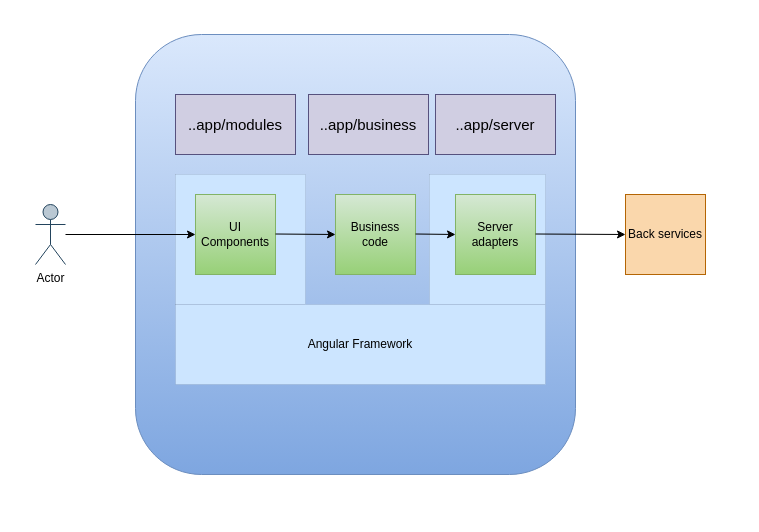
Above: documentation/current/images/SoftwareArchitecture-UI.drawio in opfab/opfab.github.io (draw.io), before the change. Source tidied: cells renumbered, new cells numbered last; positions are measured from the earlier drawing's top-left corner, leaving out a move shared by most shapes. Both pictures are drawn from the tidied source at 100%, with x=0, y=0 at pixel (35, 34).
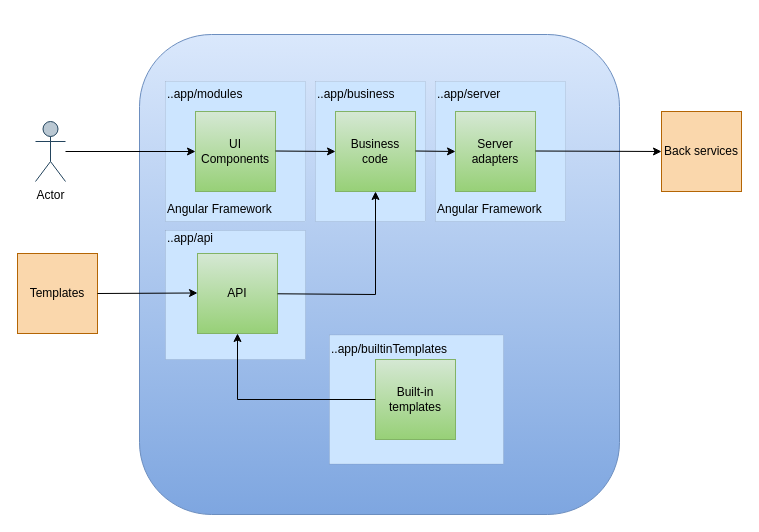
Above is the later version.

The edit, as a diff of the source:
```diff
@@
     <mxCell id="2" value="&lt;div align=&quot;right&quot;&gt;&lt;br&gt;&lt;/div&gt;" style="whiteSpace=wrap;html=1;labelPosition=center;verticalLabelPosition=top;align=center;verticalAlign=bottom;fillColor=#dae8fc;strokeColor=#6c8ebf;rounded=1;gradientColor=#7ea6e0;" parent="1" vertex="1">
-      <mxGeometry x="100" width="440" height="440" as="geometry" />
+      <mxGeometry x="104" width="480" height="480" as="geometry" />
     </mxCell>
-    <mxCell id="3" style="rounded=0;whiteSpace=wrap;html=1;fillColor=#cce5ff;strokeWidth=0;strokeColor=#36393d;" parent="1" vertex="1">
-      <mxGeometry x="394" y="140" width="116" height="130" as="geometry" />
-    </mxCell>
+    <mxCell id="18" value="&lt;div&gt;..app/builtinTemplates&lt;/div&gt;&lt;div&gt;&lt;br&gt;&lt;/div&gt;&lt;div&gt;&lt;br&gt;&lt;/div&gt;&lt;div&gt;&lt;br&gt;&lt;/div&gt;&lt;div&gt;&lt;br&gt;&lt;/div&gt;&lt;div&gt;&lt;br&gt;&lt;/div&gt;&lt;div&gt;&lt;br&gt;&lt;/div&gt;&lt;div&gt;&lt;br&gt;&lt;/div&gt;" style="rounded=0;whiteSpace=wrap;html=1;fillColor=#cce5ff;strokeWidth=0;strokeColor=#36393d;align=left;" parent="1" vertex="1">
+      <mxGeometry x="294" y="300.5" width="174" height="129" as="geometry" />
+    </mxCell>
+    <mxCell id="19" value="&lt;div&gt;..app/api &lt;br&gt;&lt;/div&gt;&lt;div&gt;&lt;br&gt;&lt;/div&gt;&lt;div&gt;&lt;br&gt;&lt;/div&gt;&lt;div&gt;&lt;br&gt;&lt;/div&gt;&lt;div&gt;&lt;br&gt;&lt;/div&gt;&lt;div&gt;&lt;br&gt;&lt;/div&gt;&lt;div&gt;&lt;br&gt;&lt;/div&gt;&lt;div&gt;&lt;br&gt;&lt;/div&gt;&lt;div&gt;&lt;br&gt;&lt;/div&gt;" style="rounded=0;whiteSpace=wrap;html=1;fillColor=#cce5ff;strokeWidth=0;strokeColor=#36393d;align=left;" parent="1" vertex="1">
+      <mxGeometry x="130" y="196" width="140" height="129" as="geometry" />
+    </mxCell>
+    <mxCell id="16" value="&lt;div&gt;..app/business &lt;br&gt;&lt;/div&gt;&lt;div&gt;&lt;br&gt;&lt;/div&gt;&lt;div&gt;&lt;br&gt;&lt;/div&gt;&lt;div&gt;&lt;br&gt;&lt;/div&gt;&lt;div&gt;&lt;br&gt;&lt;/div&gt;&lt;div&gt;&lt;br&gt;&lt;/div&gt;&lt;div&gt;&lt;br&gt;&lt;/div&gt;&lt;div&gt;&lt;br&gt;&lt;/div&gt;&lt;div&gt;&lt;br&gt;&lt;/div&gt;" style="rounded=0;whiteSpace=wrap;html=1;fillColor=#cce5ff;strokeWidth=0;strokeColor=#36393d;align=left;" parent="1" vertex="1">
+      <mxGeometry x="280" y="47" width="110" height="140" as="geometry" />
+    </mxCell>
+    <mxCell id="20" value="&lt;div&gt;..app/server &lt;br&gt;&lt;/div&gt;&lt;div&gt;&lt;br&gt;&lt;/div&gt;&lt;div&gt;&lt;br&gt;&lt;/div&gt;&lt;div&gt;&lt;br&gt;&lt;/div&gt;&lt;div&gt;&lt;br&gt;&lt;/div&gt;&lt;div&gt;&lt;br&gt;&lt;/div&gt;&lt;div&gt;&lt;br&gt;&lt;/div&gt;&lt;div&gt;&lt;br&gt;&lt;/div&gt;&lt;div&gt;Angular Framework&lt;/div&gt;" style="rounded=0;whiteSpace=wrap;html=1;fillColor=#cce5ff;strokeWidth=0;strokeColor=#36393d;align=left;" parent="1" vertex="1">
+      <mxGeometry x="400" y="47" width="130" height="140" as="geometry" />
+    </mxCell>
-    <mxCell id="4" style="rounded=0;whiteSpace=wrap;html=1;fillColor=#cce5ff;strokeWidth=0;strokeColor=#36393d;" parent="1" vertex="1">
-      <mxGeometry x="140" y="140" width="130" height="130" as="geometry" />
+    <mxCell id="4" value="&lt;div&gt;..app/modules &lt;br&gt;&lt;/div&gt;&lt;div&gt;&lt;br&gt;&lt;/div&gt;&lt;div&gt;&lt;br&gt;&lt;/div&gt;&lt;div&gt;&lt;br&gt;&lt;/div&gt;&lt;div&gt;&lt;br&gt;&lt;/div&gt;&lt;div&gt;&lt;br&gt;&lt;/div&gt;&lt;div&gt;&lt;br&gt;&lt;/div&gt;&lt;div&gt;&lt;br&gt;&lt;/div&gt;&lt;div&gt;Angular Framework&lt;/div&gt;" style="rounded=0;whiteSpace=wrap;html=1;fillColor=#cce5ff;strokeWidth=0;strokeColor=#36393d;align=left;" parent="1" vertex="1">
+      <mxGeometry x="130" y="47" width="140" height="140" as="geometry" />
     </mxCell>
     <mxCell id="5" value="Business code" style="whiteSpace=wrap;html=1;fillColor=#d5e8d4;strokeColor=#82b366;gradientColor=#97d077;" parent="1" vertex="1">
-      <mxGeometry x="300" y="160" width="80" height="80" as="geometry" />
+      <mxGeometry x="300" y="77" width="80" height="80" as="geometry" />
     </mxCell>
     <mxCell id="6" value="&lt;div&gt;Server adapters&lt;/div&gt;" style="whiteSpace=wrap;html=1;fillColor=#d5e8d4;strokeColor=#82b366;gradientColor=#97d077;" parent="1" vertex="1">
-      <mxGeometry x="420" y="160" width="80" height="80" as="geometry" />
+      <mxGeometry x="420" y="77" width="80" height="80" as="geometry" />
     </mxCell>
     <mxCell id="7" value="Back services" style="whiteSpace=wrap;html=1;fillColor=#fad7ac;strokeColor=#b46504;" parent="1" vertex="1">
-      <mxGeometry x="590" y="160" width="80" height="80" as="geometry" />
+      <mxGeometry x="626" y="77" width="80" height="80" as="geometry" />
     </mxCell>
     <mxCell id="8" value="&lt;div&gt;UI Components&lt;/div&gt;" style="whiteSpace=wrap;html=1;fillColor=#d5e8d4;strokeColor=#82b366;gradientColor=#97d077;" parent="1" vertex="1">
-      <mxGeometry x="160" y="160" width="80" height="80" as="geometry" />
+      <mxGeometry x="160" y="77" width="80" height="80" as="geometry" />
     </mxCell>
     <mxCell id="9" value="Actor" style="shape=umlActor;verticalLabelPosition=bottom;verticalAlign=top;html=1;outlineConnect=0;fillColor=#bac8d3;strokeColor=#23445d;" parent="1" vertex="1">
-      <mxGeometry y="170" width="30" height="60" as="geometry" />
+      <mxGeometry y="87" width="30" height="60" as="geometry" />
     </mxCell>
@@
     <mxCell id="11" style="endArrow=classic;html=1;rounded=0;" parent="1" edge="1">
       <mxGeometry relative="1" as="geometry">
-        <mxPoint x="240" y="199.5" as="sourcePoint" />
-        <mxPoint x="300" y="200" as="targetPoint" />
+        <mxPoint x="240" y="116.5" as="sourcePoint" />
+        <mxPoint x="300" y="117" as="targetPoint" />
       </mxGeometry>
     </mxCell>
     <mxCell id="12" style="endArrow=classic;html=1;rounded=0;entryX=0;entryY=0.5;entryDx=0;entryDy=0;" parent="1" edge="1" target="6">
       <mxGeometry relative="1" as="geometry">
-        <mxPoint x="380" y="199.5" as="sourcePoint" />
+        <mxPoint x="380" y="116.5" as="sourcePoint" />
       </mxGeometry>
     </mxCell>
     <mxCell id="13" style="endArrow=classic;html=1;rounded=0;entryX=0;entryY=0.5;entryDx=0;entryDy=0;" parent="1" edge="1" target="7">
       <mxGeometry relative="1" as="geometry">
-        <mxPoint x="500" y="199.5" as="sourcePoint" />
+        <mxPoint x="500" y="116.5" as="sourcePoint" />
       </mxGeometry>
     </mxCell>
-    <mxCell id="14" value="Angular Framework" style="rounded=0;whiteSpace=wrap;html=1;fillColor=#cce5ff;strokeWidth=0;strokeColor=#36393d;" parent="1" vertex="1">
-      <mxGeometry x="140" y="270" width="370" height="80" as="geometry" />
-    </mxCell>
-    <mxCell id="15" value="..app/modules" style="rounded=0;whiteSpace=wrap;html=1;strokeWidth=1;fontSize=15;fillColor=#d0cee2;strokeColor=#56517e;" parent="1" vertex="1">
-      <mxGeometry x="140" y="60" width="120" height="60" as="geometry" />
-    </mxCell>
-    <mxCell id="16" value="..app/business" style="rounded=0;whiteSpace=wrap;html=1;strokeWidth=1;fontSize=15;fillColor=#d0cee2;strokeColor=#56517e;" parent="1" vertex="1">
-      <mxGeometry x="273" y="60" width="120" height="60" as="geometry" />
-    </mxCell>
-    <mxCell id="17" value="..app/server" style="rounded=0;whiteSpace=wrap;html=1;strokeWidth=1;fontSize=15;fillColor=#d0cee2;strokeColor=#56517e;" parent="1" vertex="1">
-      <mxGeometry x="400" y="60" width="120" height="60" as="geometry" />
-    </mxCell>
+    <mxCell id="21" value="API " style="whiteSpace=wrap;html=1;fillColor=#d5e8d4;strokeColor=#82b366;gradientColor=#97d077;" parent="1" vertex="1">
+      <mxGeometry x="162" y="219" width="80" height="80" as="geometry" />
+    </mxCell>
+    <mxCell id="22" style="endArrow=classic;html=1;rounded=0;entryX=0.5;entryY=1;entryDx=0;entryDy=0;" parent="1" edge="1" source="21" target="5">
+      <mxGeometry relative="1" as="geometry">
+        <Array as="points">
+          <mxPoint x="340" y="260" />
+        </Array>
+      </mxGeometry>
+    </mxCell>
+    <mxCell id="23" value="Templates" style="whiteSpace=wrap;html=1;fillColor=#fad7ac;strokeColor=#b46504;" parent="1" vertex="1">
+      <mxGeometry x="-18" y="219" width="80" height="80" as="geometry" />
+    </mxCell>
+    <mxCell id="24" style="endArrow=classic;html=1;rounded=0;exitX=1;exitY=0.5;exitDx=0;exitDy=0;" parent="1" edge="1" source="23">
+      <mxGeometry relative="1" as="geometry">
+        <mxPoint x="162" y="258.5" as="targetPoint" />
+      </mxGeometry>
+    </mxCell>
+    <mxCell id="25" value="Built-in templates" style="whiteSpace=wrap;html=1;fillColor=#d5e8d4;strokeColor=#82b366;gradientColor=#97d077;" parent="1" vertex="1">
+      <mxGeometry x="340" y="325" width="80" height="80" as="geometry" />
+    </mxCell>
+    <mxCell id="26" style="endArrow=classic;html=1;rounded=0;entryX=0.5;entryY=1;entryDx=0;entryDy=0;exitX=0;exitY=0.5;exitDx=0;exitDy=0;" parent="1" edge="1" source="25" target="21">
+      <mxGeometry relative="1" as="geometry">
+        <Array as="points">
+          <mxPoint x="202" y="365" />
+        </Array>
+      </mxGeometry>
+    </mxCell>
```
